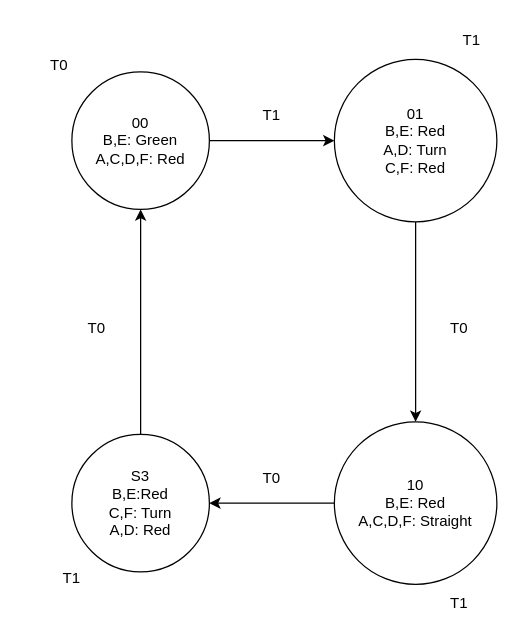
The draw.io diagram lab1/state_machine.drawio in linnypham/CSC3210, before the edit. Source tidied: cells renumbered, new cells numbered last; positions are measured from the earlier drawing's top-left corner, leaving out a move shared by most shapes. Both pictures are drawn from the tidied source at 125%, with x=0, y=0 at pixel (21, 21).
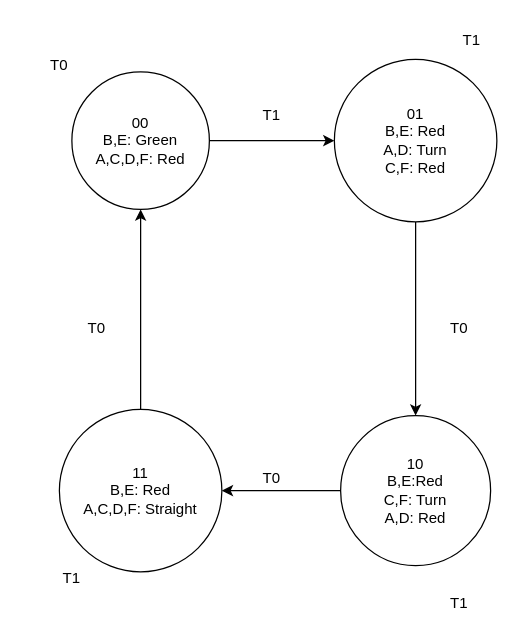
After the change.

The edit, as a diff of the source:
```diff
@@
 <mxGraphModel>
   <root>
     <mxCell id="0" />
     <mxCell id="1" parent="0" />
     <mxCell id="2" style="edgeStyle=none;html=1;exitX=1;exitY=0.5;exitDx=0;exitDy=0;entryX=0;entryY=0.5;entryDx=0;entryDy=0;" parent="1" edge="1" source="3" target="4">
       <mxGeometry relative="1" as="geometry" />
     </mxCell>
     <mxCell id="3" value="00&lt;br&gt;B,E: Green&lt;br&gt;A,C,D,F: Red" style="ellipse;whiteSpace=wrap;html=1;" parent="1" vertex="1">
       <mxGeometry x="40" y="40" width="110" height="110" as="geometry" />
     </mxCell>
     <mxCell id="4" value="01&lt;br&gt;B,E: Red&lt;br&gt;A,D: Turn&lt;br&gt;C,F: Red" style="ellipse;whiteSpace=wrap;html=1;" parent="1" vertex="1">
       <mxGeometry x="250" y="30" width="130" height="130" as="geometry" />
     </mxCell>
-    <mxCell id="5" value="10&lt;br&gt;B,E: Red&lt;br&gt;A,C,D,F: Straight" style="ellipse;whiteSpace=wrap;html=1;" parent="1" vertex="1">
-      <mxGeometry x="250" y="320" width="130" height="130" as="geometry" />
+    <mxCell id="5" value="11&lt;br&gt;B,E: Red&lt;br&gt;A,C,D,F: Straight" style="ellipse;whiteSpace=wrap;html=1;" parent="1" vertex="1">
+      <mxGeometry x="30" y="310" width="130" height="130" as="geometry" />
     </mxCell>
-    <mxCell id="6" style="edgeStyle=none;html=1;exitX=0.5;exitY=1;exitDx=0;exitDy=0;entryX=0.5;entryY=0;entryDx=0;entryDy=0;" parent="1" edge="1" source="4" target="5">
+    <mxCell id="6" style="edgeStyle=none;html=1;exitX=0.5;exitY=1;exitDx=0;exitDy=0;entryX=0.5;entryY=0;entryDx=0;entryDy=0;" parent="1" edge="1" source="4" target="7">
       <mxGeometry relative="1" as="geometry" />
     </mxCell>
-    <mxCell id="7" value="S3&lt;br&gt;B,E:Red&lt;br&gt;C,F: Turn&lt;br&gt;A,D: Red" style="ellipse;whiteSpace=wrap;html=1;" parent="1" vertex="1">
-      <mxGeometry x="40" y="330" width="110" height="110" as="geometry" />
+    <mxCell id="7" value="10&lt;br&gt;B,E:Red&lt;br&gt;C,F: Turn&lt;br&gt;A,D: Red" style="ellipse;whiteSpace=wrap;html=1;" parent="1" vertex="1">
+      <mxGeometry x="255" y="315" width="120" height="120" as="geometry" />
     </mxCell>
-    <mxCell id="8" style="edgeStyle=none;html=1;exitX=0;exitY=0.5;exitDx=0;exitDy=0;entryX=1;entryY=0.5;entryDx=0;entryDy=0;" parent="1" edge="1" source="5" target="7">
+    <mxCell id="8" style="edgeStyle=none;html=1;exitX=0;exitY=0.5;exitDx=0;exitDy=0;entryX=1;entryY=0.5;entryDx=0;entryDy=0;" parent="1" edge="1" source="7" target="5">
       <mxGeometry relative="1" as="geometry" />
     </mxCell>
-    <mxCell id="9" style="edgeStyle=none;html=1;entryX=0.5;entryY=1;entryDx=0;entryDy=0;" parent="1" edge="1" source="7" target="3">
+    <mxCell id="9" style="edgeStyle=none;html=1;entryX=0.5;entryY=1;entryDx=0;entryDy=0;exitX=0.5;exitY=0;exitDx=0;exitDy=0;" parent="1" edge="1" source="5" target="3">
       <mxGeometry relative="1" as="geometry" />
     </mxCell>
     <mxCell id="10" value="T1" style="text;html=1;strokeColor=none;fillColor=none;align=center;verticalAlign=middle;whiteSpace=wrap;rounded=0;" parent="1" vertex="1">
       <mxGeometry x="170" y="60" width="60" height="30" as="geometry" />
     </mxCell>
     <mxCell id="11" value="T0" style="text;html=1;strokeColor=none;fillColor=none;align=center;verticalAlign=middle;whiteSpace=wrap;rounded=0;" parent="1" vertex="1">
       <mxGeometry x="320" y="230" width="60" height="30" as="geometry" />
     </mxCell>
     <mxCell id="12" value="T1" style="text;html=1;strokeColor=none;fillColor=none;align=center;verticalAlign=middle;whiteSpace=wrap;rounded=0;" parent="1" vertex="1">
       <mxGeometry x="320" y="450" width="60" height="30" as="geometry" />
     </mxCell>
     <mxCell id="13" value="T0" style="text;html=1;strokeColor=none;fillColor=none;align=center;verticalAlign=middle;whiteSpace=wrap;rounded=0;" parent="1" vertex="1">
       <mxGeometry x="170" y="350" width="60" height="30" as="geometry" />
     </mxCell>
     <mxCell id="14" value="T0" style="text;html=1;strokeColor=none;fillColor=none;align=center;verticalAlign=middle;whiteSpace=wrap;rounded=0;" parent="1" vertex="1">
       <mxGeometry x="30" y="230" width="60" height="30" as="geometry" />
     </mxCell>
     <mxCell id="15" value="T0" style="text;html=1;strokeColor=none;fillColor=none;align=center;verticalAlign=middle;whiteSpace=wrap;rounded=0;" parent="1" vertex="1">
       <mxGeometry y="20" width="60" height="30" as="geometry" />
     </mxCell>
     <mxCell id="16" value="T1" style="text;html=1;strokeColor=none;fillColor=none;align=center;verticalAlign=middle;whiteSpace=wrap;rounded=0;" parent="1" vertex="1">
       <mxGeometry x="330" width="60" height="30" as="geometry" />
     </mxCell>
     <mxCell id="17" value="T1" style="text;html=1;strokeColor=none;fillColor=none;align=center;verticalAlign=middle;whiteSpace=wrap;rounded=0;" parent="1" vertex="1">
       <mxGeometry x="10" y="430" width="60" height="30" as="geometry" />
     </mxCell>
   </root>
 </mxGraphModel>
```
